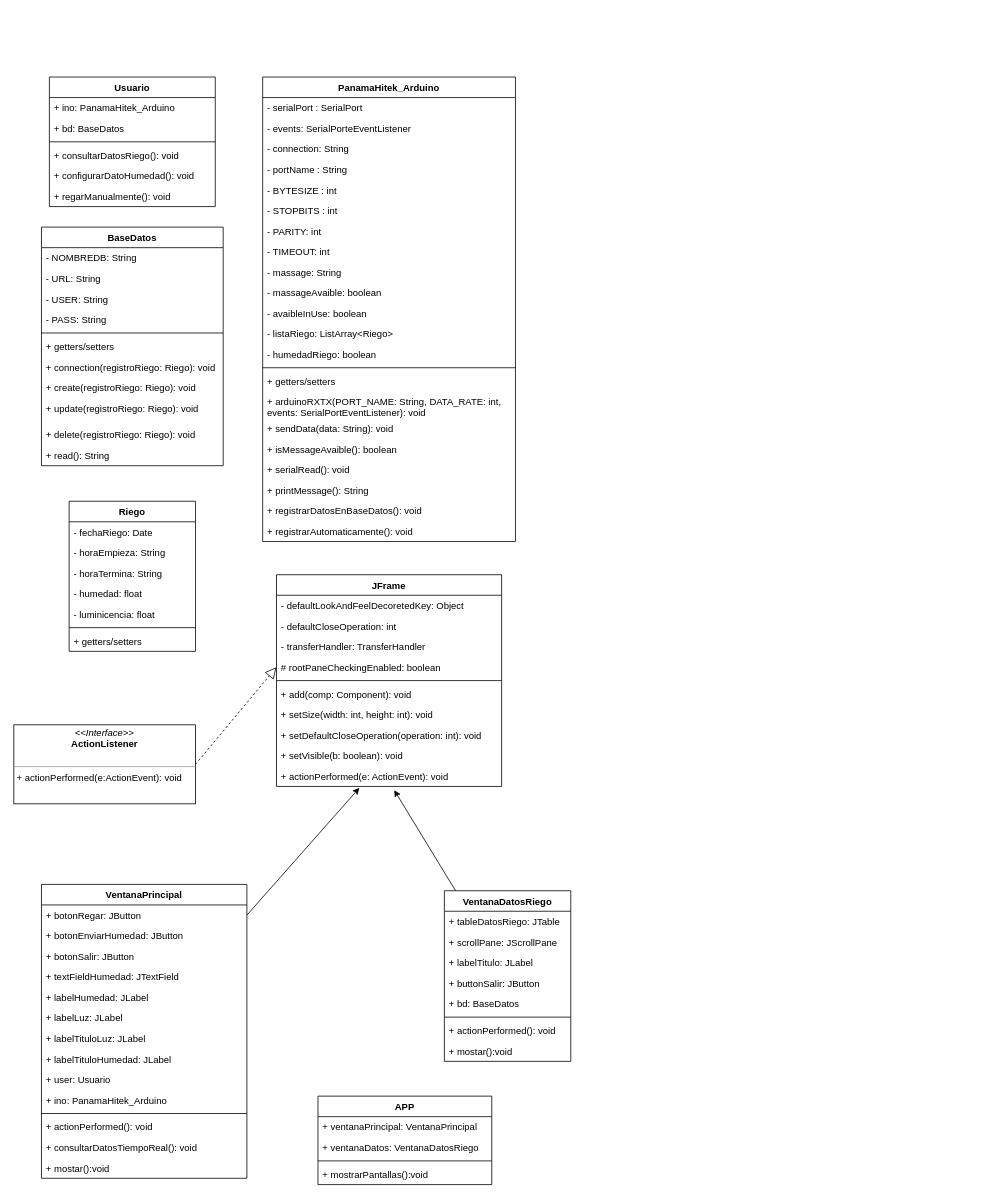
This is DiagramaClasesSIA.drawio from Vladimirjon/SIA, a draw.io file, before an edit. Source tidied: cells renumbered, new cells numbered last; positions are measured from the earlier drawing's top-left corner, leaving out a move shared by most shapes. Both pictures are drawn from the tidied source at 79%, with x=0, y=0 at pixel (13, 77).
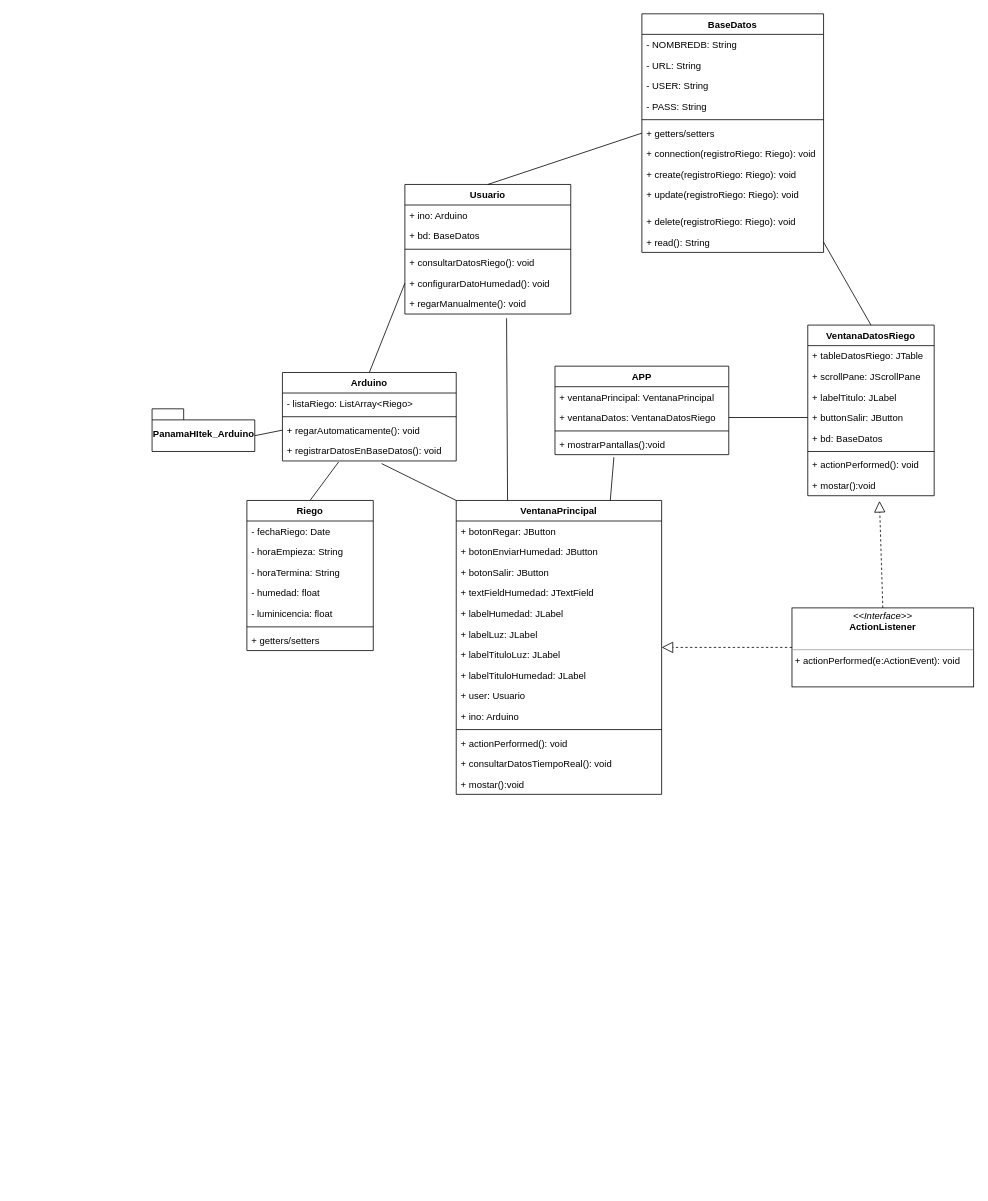
The same diagram, later.

Commit message (it also covers changes not shown here):
Cambio en Diagrama y Use Case

Unchanged cells that the change refers to:
```xml
<mxCell id="7" value="+ configurarDatoHumedad(): void" style="text;strokeColor=none;fillColor=none;align=left;verticalAlign=top;spacingLeft=4;spacingRight=4;overflow=hidden;points=[[0,0.5],[1,0.5]];portConstraint=eastwest;" parent="2" vertex="1">
  <mxGeometry y="112" width="210" height="26" as="geometry" />
</mxCell>
<mxCell id="8" value="+ regarManualmente(): void" style="text;strokeColor=none;fillColor=none;align=left;verticalAlign=top;spacingLeft=4;spacingRight=4;overflow=hidden;points=[[0,0.5],[1,0.5]];portConstraint=eastwest;" parent="2" vertex="1">
  <mxGeometry y="138" width="210" height="26" as="geometry" />
</mxCell>
<mxCell id="38" value="+ getters/setters" style="text;strokeColor=none;fillColor=none;align=left;verticalAlign=top;spacingLeft=4;spacingRight=4;overflow=hidden;points=[[0,0.5],[1,0.5]];portConstraint=eastwest;" parent="32" vertex="1">
  <mxGeometry y="138" width="230" height="26" as="geometry" />
</mxCell>
<mxCell id="43" value="+ read(): String" style="text;strokeColor=none;fillColor=none;align=left;verticalAlign=top;spacingLeft=4;spacingRight=4;overflow=hidden;points=[[0,0.5],[1,0.5]];portConstraint=eastwest;" parent="32" vertex="1">
  <mxGeometry y="276" width="230" height="26" as="geometry" />
</mxCell>
<mxCell id="84" value="+ buttonSalir: JButton" style="text;strokeColor=none;fillColor=none;align=left;verticalAlign=top;spacingLeft=4;spacingRight=4;overflow=hidden;points=[[0,0.5],[1,0.5]];portConstraint=eastwest;" parent="80" vertex="1">
  <mxGeometry y="104" width="160" height="26" as="geometry" />
</mxCell>
<mxCell id="88" value="+ mostar():void" style="text;strokeColor=none;fillColor=none;align=left;verticalAlign=top;spacingLeft=4;spacingRight=4;overflow=hidden;points=[[0,0.5],[1,0.5]];portConstraint=eastwest;" parent="80" vertex="1">
  <mxGeometry y="190" width="160" height="26" as="geometry" />
</mxCell>
<mxCell id="93" value="+ ventanaDatos: VentanaDatosRiego" style="text;strokeColor=none;fillColor=none;align=left;verticalAlign=top;spacingLeft=4;spacingRight=4;overflow=hidden;points=[[0,0.5],[1,0.5]];portConstraint=eastwest;" parent="91" vertex="1">
  <mxGeometry y="52" width="220" height="26" as="geometry" />
</mxCell>
<mxCell id="95" value="+ mostrarPantallas():void" style="text;strokeColor=none;fillColor=none;align=left;verticalAlign=top;spacingLeft=4;spacingRight=4;overflow=hidden;points=[[0,0.5],[1,0.5]];portConstraint=eastwest;" parent="91" vertex="1">
  <mxGeometry y="86" width="220" height="26" as="geometry" />
</mxCell>
```

What changed in the source:
```diff
@@
     <mxCell id="2" value="Usuario" style="swimlane;fontStyle=1;align=center;verticalAlign=top;horizontal=1;startSize=26;" parent="1" vertex="1">
-      <mxGeometry x="45" width="210" height="164" as="geometry" />
+      <mxGeometry x="495" y="136" width="210" height="164" as="geometry" />
     </mxCell>
-    <mxCell id="3" value="+ ino: PanamaHitek_Arduino" style="text;strokeColor=none;fillColor=none;align=left;verticalAlign=top;spacingLeft=4;spacingRight=4;overflow=hidden;" parent="2" vertex="1">
+    <mxCell id="3" value="+ ino: Arduino" style="text;strokeColor=none;fillColor=none;align=left;verticalAlign=top;spacingLeft=4;spacingRight=4;overflow=hidden;" parent="2" vertex="1">
       <mxGeometry y="26" width="210" height="26" as="geometry" />
     </mxCell>
@@
-    <mxCell id="9" value="PanamaHitek_Arduino" style="swimlane;fontStyle=1;align=center;verticalAlign=top;horizontal=1;startSize=26;" parent="1" vertex="1">
-      <mxGeometry x="315" width="320" height="588" as="geometry" />
-    </mxCell>
-    <mxCell id="10" value="- serialPort : SerialPort" style="text;strokeColor=none;fillColor=none;align=left;verticalAlign=top;spacingLeft=4;spacingRight=4;overflow=hidden;" parent="9" vertex="1">
-      <mxGeometry y="26" width="320" height="26" as="geometry" />
-    </mxCell>
-    <mxCell id="11" value="- events: SerialPorteEventListener" style="text;strokeColor=none;fillColor=none;align=left;verticalAlign=top;spacingLeft=4;spacingRight=4;overflow=hidden;" parent="9" vertex="1">
-      <mxGeometry y="52" width="320" height="26" as="geometry" />
-    </mxCell>
-    <mxCell id="12" value="- connection: String" style="text;strokeColor=none;fillColor=none;align=left;verticalAlign=top;spacingLeft=4;spacingRight=4;overflow=hidden;" parent="9" vertex="1">
-      <mxGeometry y="78" width="320" height="26" as="geometry" />
-    </mxCell>
-    <mxCell id="13" value="- portName : String" style="text;strokeColor=none;fillColor=none;align=left;verticalAlign=top;spacingLeft=4;spacingRight=4;overflow=hidden;" parent="9" vertex="1">
-      <mxGeometry y="104" width="320" height="26" as="geometry" />
-    </mxCell>
-    <mxCell id="14" value="- BYTESIZE : int" style="text;strokeColor=none;fillColor=none;align=left;verticalAlign=top;spacingLeft=4;spacingRight=4;overflow=hidden;" parent="9" vertex="1">
-      <mxGeometry y="130" width="320" height="26" as="geometry" />
-    </mxCell>
-    <mxCell id="15" value="- STOPBITS : int" style="text;strokeColor=none;fillColor=none;align=left;verticalAlign=top;spacingLeft=4;spacingRight=4;overflow=hidden;" parent="9" vertex="1">
-      <mxGeometry y="156" width="320" height="26" as="geometry" />
-    </mxCell>
-    <mxCell id="16" value="- PARITY: int" style="text;strokeColor=none;fillColor=none;align=left;verticalAlign=top;spacingLeft=4;spacingRight=4;overflow=hidden;" parent="9" vertex="1">
-      <mxGeometry y="182" width="320" height="26" as="geometry" />
-    </mxCell>
-    <mxCell id="17" value="- TIMEOUT: int" style="text;strokeColor=none;fillColor=none;align=left;verticalAlign=top;spacingLeft=4;spacingRight=4;overflow=hidden;" parent="9" vertex="1">
-      <mxGeometry y="208" width="320" height="26" as="geometry" />
-    </mxCell>
-    <mxCell id="18" value="- massage: String" style="text;strokeColor=none;fillColor=none;align=left;verticalAlign=top;spacingLeft=4;spacingRight=4;overflow=hidden;" parent="9" vertex="1">
-      <mxGeometry y="234" width="320" height="26" as="geometry" />
-    </mxCell>
-    <mxCell id="19" value="- massageAvaible: boolean" style="text;strokeColor=none;fillColor=none;align=left;verticalAlign=top;spacingLeft=4;spacingRight=4;overflow=hidden;" parent="9" vertex="1">
-      <mxGeometry y="260" width="320" height="26" as="geometry" />
-    </mxCell>
-    <mxCell id="20" value="- avaibleInUse: boolean" style="text;strokeColor=none;fillColor=none;align=left;verticalAlign=top;spacingLeft=4;spacingRight=4;overflow=hidden;" parent="9" vertex="1">
-      <mxGeometry y="286" width="320" height="26" as="geometry" />
-    </mxCell>
-    <mxCell id="21" value="- listaRiego: ListArray&lt;Riego&gt;" style="text;strokeColor=none;fillColor=none;align=left;verticalAlign=top;spacingLeft=4;spacingRight=4;overflow=hidden;" parent="9" vertex="1">
-      <mxGeometry y="312" width="320" height="26" as="geometry" />
-    </mxCell>
-    <mxCell id="22" value="- humedadRiego: boolean" style="text;strokeColor=none;fillColor=none;align=left;verticalAlign=top;spacingLeft=4;spacingRight=4;overflow=hidden;" parent="9" vertex="1">
-      <mxGeometry y="338" width="320" height="26" as="geometry" />
-    </mxCell>
-    <mxCell id="23" style="line;strokeWidth=1;fillColor=none;align=left;verticalAlign=middle;spacingTop=-1;spacingLeft=3;spacingRight=3;labelPosition=right;strokeColor=inherit;" parent="9" vertex="1">
-      <mxGeometry y="364" width="320" height="8" as="geometry" />
-    </mxCell>
-    <mxCell id="24" value="+ getters/setters" style="text;strokeColor=none;fillColor=none;align=left;verticalAlign=top;spacingLeft=4;spacingRight=4;overflow=hidden;" parent="9" vertex="1">
-      <mxGeometry y="372" width="320" height="26" as="geometry" />
-    </mxCell>
-    <mxCell id="25" value="+ arduinoRXTX(PORT_NAME: String, DATA_RATE: int, &#10;events: SerialPortEventListener): void" style="text;strokeColor=none;fillColor=none;align=left;verticalAlign=top;spacingLeft=4;spacingRight=4;overflow=hidden;" parent="9" vertex="1">
-      <mxGeometry y="398" width="320" height="34" as="geometry" />
-    </mxCell>
-    <mxCell id="26" value="+ sendData(data: String): void" style="text;strokeColor=none;fillColor=none;align=left;verticalAlign=top;spacingLeft=4;spacingRight=4;overflow=hidden;" parent="9" vertex="1">
-      <mxGeometry y="432" width="320" height="26" as="geometry" />
-    </mxCell>
-    <mxCell id="27" value="+ isMessageAvaible(): boolean" style="text;strokeColor=none;fillColor=none;align=left;verticalAlign=top;spacingLeft=4;spacingRight=4;overflow=hidden;" parent="9" vertex="1">
-      <mxGeometry y="458" width="320" height="26" as="geometry" />
-    </mxCell>
-    <mxCell id="28" value="+ serialRead(): void" style="text;strokeColor=none;fillColor=none;align=left;verticalAlign=top;spacingLeft=4;spacingRight=4;overflow=hidden;" parent="9" vertex="1">
-      <mxGeometry y="484" width="320" height="26" as="geometry" />
-    </mxCell>
-    <mxCell id="29" value="+ printMessage(): String" style="text;strokeColor=none;fillColor=none;align=left;verticalAlign=top;spacingLeft=4;spacingRight=4;overflow=hidden;" parent="9" vertex="1">
-      <mxGeometry y="510" width="320" height="26" as="geometry" />
-    </mxCell>
-    <mxCell id="30" value="+ registrarDatosEnBaseDatos(): void" style="text;strokeColor=none;fillColor=none;align=left;verticalAlign=top;spacingLeft=4;spacingRight=4;overflow=hidden;points=[[0,0.5],[1,0.5]];portConstraint=eastwest;" parent="9" vertex="1">
-      <mxGeometry y="536" width="320" height="26" as="geometry" />
-    </mxCell>
-    <mxCell id="31" value="+ registrarAutomaticamente(): void" style="text;strokeColor=none;fillColor=none;align=left;verticalAlign=top;spacingLeft=4;spacingRight=4;overflow=hidden;points=[[0,0.5],[1,0.5]];portConstraint=eastwest;" parent="9" vertex="1">
-      <mxGeometry y="562" width="320" height="26" as="geometry" />
-    </mxCell>
     <mxCell id="32" value="BaseDatos" style="swimlane;fontStyle=1;align=center;verticalAlign=top;horizontal=1;startSize=26;" parent="1" vertex="1">
-      <mxGeometry x="35" y="190" width="230" height="302" as="geometry" />
+      <mxGeometry x="795" y="-80" width="230" height="302" as="geometry" />
     </mxCell>
@@
     <mxCell id="44" value="Riego" style="swimlane;fontStyle=1;align=center;verticalAlign=top;horizontal=1;startSize=26;" parent="1" vertex="1">
-      <mxGeometry x="70" y="537" width="160" height="190" as="geometry" />
+      <mxGeometry x="295" y="536" width="160" height="190" as="geometry" />
     </mxCell>
@@
-    <mxCell id="52" style="edgeStyle=none;html=1;entryX=0.368;entryY=1.07;entryDx=0;entryDy=0;entryPerimeter=0;" parent="1" edge="1" source="53" target="78">
-      <mxGeometry relative="1" as="geometry" />
-    </mxCell>
     <mxCell id="53" value="VentanaPrincipal" style="swimlane;fontStyle=1;align=center;verticalAlign=top;horizontal=1;startSize=26;" parent="1" vertex="1">
-      <mxGeometry x="35" y="1022" width="260" height="372" as="geometry" />
+      <mxGeometry x="560" y="536" width="260" height="372" as="geometry" />
     </mxCell>
@@
-    <mxCell id="63" value="+ ino: PanamaHitek_Arduino" style="text;strokeColor=none;fillColor=none;align=left;verticalAlign=top;spacingLeft=4;spacingRight=4;overflow=hidden;" parent="53" vertex="1">
+    <mxCell id="63" value="+ ino: Arduino" style="text;strokeColor=none;fillColor=none;align=left;verticalAlign=top;spacingLeft=4;spacingRight=4;overflow=hidden;" parent="53" vertex="1">
       <mxGeometry y="260" width="260" height="26" as="geometry" />
     </mxCell>
@@
-    <mxCell id="68" value="JFrame" style="swimlane;fontStyle=1;align=center;verticalAlign=top;horizontal=1;startSize=26;" parent="1" vertex="1">
-      <mxGeometry x="332.5" y="630" width="285" height="268" as="geometry" />
-    </mxCell>
-    <mxCell id="69" value="- defaultLookAndFeelDecoretedKey: Object" style="text;strokeColor=none;fillColor=none;align=left;verticalAlign=top;spacingLeft=4;spacingRight=4;overflow=hidden;" parent="68" vertex="1">
-      <mxGeometry y="26" width="285" height="26" as="geometry" />
-    </mxCell>
-    <mxCell id="70" value="- defaultCloseOperation: int" style="text;strokeColor=none;fillColor=none;align=left;verticalAlign=top;spacingLeft=4;spacingRight=4;overflow=hidden;" parent="68" vertex="1">
-      <mxGeometry y="52" width="285" height="26" as="geometry" />
-    </mxCell>
-    <mxCell id="71" value="- transferHandler: TransferHandler" style="text;strokeColor=none;fillColor=none;align=left;verticalAlign=top;spacingLeft=4;spacingRight=4;overflow=hidden;" parent="68" vertex="1">
-      <mxGeometry y="78" width="285" height="26" as="geometry" />
-    </mxCell>
-    <mxCell id="72" value="# rootPaneCheckingEnabled: boolean" style="text;strokeColor=none;fillColor=none;align=left;verticalAlign=top;spacingLeft=4;spacingRight=4;overflow=hidden;points=[[0,0.5],[1,0.5]];portConstraint=eastwest;" parent="68" vertex="1">
-      <mxGeometry y="104" width="285" height="26" as="geometry" />
-    </mxCell>
-    <mxCell id="73" style="line;strokeWidth=1;fillColor=none;align=left;verticalAlign=middle;spacingTop=-1;spacingLeft=3;spacingRight=3;labelPosition=right;strokeColor=inherit;" parent="68" vertex="1">
-      <mxGeometry y="130" width="285" height="8" as="geometry" />
-    </mxCell>
-    <mxCell id="74" value="+ add(comp: Component): void" style="text;strokeColor=none;fillColor=none;align=left;verticalAlign=top;spacingLeft=4;spacingRight=4;overflow=hidden;" parent="68" vertex="1">
-      <mxGeometry y="138" width="285" height="26" as="geometry" />
-    </mxCell>
-    <mxCell id="75" value="+ setSize(width: int, height: int): void" style="text;strokeColor=none;fillColor=none;align=left;verticalAlign=top;spacingLeft=4;spacingRight=4;overflow=hidden;" parent="68" vertex="1">
-      <mxGeometry y="164" width="285" height="26" as="geometry" />
-    </mxCell>
-    <mxCell id="76" value="+ setDefaultCloseOperation(operation: int): void" style="text;strokeColor=none;fillColor=none;align=left;verticalAlign=top;spacingLeft=4;spacingRight=4;overflow=hidden;" parent="68" vertex="1">
-      <mxGeometry y="190" width="285" height="26" as="geometry" />
-    </mxCell>
-    <mxCell id="77" value="+ setVisible(b: boolean): void" style="text;strokeColor=none;fillColor=none;align=left;verticalAlign=top;spacingLeft=4;spacingRight=4;overflow=hidden;" parent="68" vertex="1">
-      <mxGeometry y="216" width="285" height="26" as="geometry" />
-    </mxCell>
-    <mxCell id="78" value="+ actionPerformed(e: ActionEvent): void" style="text;strokeColor=none;fillColor=none;align=left;verticalAlign=top;spacingLeft=4;spacingRight=4;overflow=hidden;points=[[0,0.5],[1,0.5]];portConstraint=eastwest;" parent="68" vertex="1">
-      <mxGeometry y="242" width="285" height="26" as="geometry" />
-    </mxCell>
-    <mxCell id="79" style="edgeStyle=none;html=1;entryX=0.523;entryY=1.181;entryDx=0;entryDy=0;entryPerimeter=0;" parent="1" edge="1" source="80" target="78">
-      <mxGeometry relative="1" as="geometry" />
-    </mxCell>
     <mxCell id="80" value="VentanaDatosRiego" style="swimlane;fontStyle=1;align=center;verticalAlign=top;horizontal=1;startSize=26;" parent="1" vertex="1">
-      <mxGeometry x="545" y="1030" width="160" height="216" as="geometry" />
+      <mxGeometry x="1005" y="314" width="160" height="216" as="geometry" />
     </mxCell>
@@
     <mxCell id="89" value="&lt;p style=&quot;margin:0px;margin-top:4px;text-align:center;&quot;&gt;&lt;i&gt;&amp;lt;&amp;lt;Interface&amp;gt;&amp;gt;&lt;/i&gt;&lt;br&gt;&lt;b&gt;ActionListener&lt;/b&gt;&lt;/p&gt;&lt;p style=&quot;margin:0px;margin-left:4px;&quot;&gt;&lt;br&gt;&lt;/p&gt;&lt;hr size=&quot;1&quot;&gt;&lt;p style=&quot;margin:0px;margin-left:4px;&quot;&gt;+ actionPerformed(e:ActionEvent): void&lt;br&gt;&lt;br&gt;&lt;/p&gt;" style="verticalAlign=top;align=left;overflow=fill;fontSize=12;fontFamily=Helvetica;html=1;" parent="1" vertex="1">
-      <mxGeometry y="820" width="230" height="100" as="geometry" />
+      <mxGeometry x="985" y="672" width="230" height="100" as="geometry" />
     </mxCell>
-    <mxCell id="90" style="endArrow=block;dashed=1;endFill=0;endSize=12;html=1;entryX=0;entryY=0.5;entryDx=0;entryDy=0;exitX=1;exitY=0.5;exitDx=0;exitDy=0;" parent="1" edge="1" source="89" target="72">
+    <mxCell id="90" style="endArrow=block;dashed=1;endFill=0;endSize=12;html=1;entryX=0.567;entryY=1.256;entryDx=0;entryDy=0;exitX=0.5;exitY=0;exitDx=0;exitDy=0;entryPerimeter=0;" parent="1" edge="1" source="89" target="88">
       <mxGeometry relative="1" as="geometry" />
     </mxCell>
+    <mxCell id="96" style="endArrow=block;dashed=1;endFill=0;endSize=12;html=1;entryX=1;entryY=0.5;entryDx=0;entryDy=0;exitX=0;exitY=0.5;exitDx=0;exitDy=0;" parent="1" edge="1" source="89" target="53">
+      <mxGeometry relative="1" as="geometry" />
+    </mxCell>
     <mxCell id="91" value="APP" style="swimlane;fontStyle=1;align=center;verticalAlign=top;horizontal=1;startSize=26;" parent="1" vertex="1">
-      <mxGeometry x="385" y="1290" width="220" height="112" as="geometry" />
+      <mxGeometry x="685" y="366" width="220" height="112" as="geometry" />
     </mxCell>
@@
+    <mxCell id="97" value="Arduino" style="swimlane;fontStyle=1;align=center;verticalAlign=top;horizontal=1;startSize=26;" parent="1" vertex="1">
+      <mxGeometry x="340" y="374" width="220" height="112" as="geometry" />
+    </mxCell>
+    <mxCell id="21" value="- listaRiego: ListArray&lt;Riego&gt;" style="text;strokeColor=none;fillColor=none;align=left;verticalAlign=top;spacingLeft=4;spacingRight=4;overflow=hidden;" parent="97" vertex="1">
+      <mxGeometry y="26" width="220" height="26" as="geometry" />
+    </mxCell>
+    <mxCell id="98" style="line;strokeWidth=1;fillColor=none;align=left;verticalAlign=middle;spacingTop=-1;spacingLeft=3;spacingRight=3;labelPosition=right;strokeColor=inherit;" parent="97" vertex="1">
+      <mxGeometry y="52" width="220" height="8" as="geometry" />
+    </mxCell>
+    <mxCell id="31" value="+ regarAutomaticamente(): void" style="text;strokeColor=none;fillColor=none;align=left;verticalAlign=top;spacingLeft=4;spacingRight=4;overflow=hidden;points=[[0,0.5],[1,0.5]];portConstraint=eastwest;" parent="97" vertex="1">
+      <mxGeometry y="60" width="220" height="26" as="geometry" />
+    </mxCell>
+    <mxCell id="30" value="+ registrarDatosEnBaseDatos(): void" style="text;strokeColor=none;fillColor=none;align=left;verticalAlign=top;spacingLeft=4;spacingRight=4;overflow=hidden;points=[[0,0.5],[1,0.5]];portConstraint=eastwest;" parent="97" vertex="1">
+      <mxGeometry y="86" width="220" height="26" as="geometry" />
+    </mxCell>
+    <mxCell id="99" value="PanamaHItek_Arduino" style="shape=folder;fontStyle=1;spacingTop=10;tabWidth=40;tabHeight=14;tabPosition=left;html=1;" parent="1" vertex="1">
+      <mxGeometry x="175" y="420" width="130" height="54" as="geometry" />
+    </mxCell>
+    <mxCell id="100" style="endArrow=none;html=1;entryX=0;entryY=0;entryDx=130;entryDy=34;entryPerimeter=0;exitX=0;exitY=0.5;exitDx=0;exitDy=0;" parent="1" edge="1" source="31" target="99">
+      <mxGeometry relative="1" as="geometry" />
+    </mxCell>
+    <mxCell id="101" style="endArrow=none;html=1;entryX=0;entryY=0.5;entryDx=0;entryDy=0;exitX=0.5;exitY=0;exitDx=0;exitDy=0;" parent="1" edge="1" source="97" target="7">
+      <mxGeometry relative="1" as="geometry" />
+    </mxCell>
+    <mxCell id="102" style="endArrow=none;html=1;entryX=0;entryY=0.5;entryDx=0;entryDy=0;exitX=0.5;exitY=0;exitDx=0;exitDy=0;" parent="1" edge="1" source="2" target="38">
+      <mxGeometry relative="1" as="geometry" />
+    </mxCell>
+    <mxCell id="103" style="endArrow=none;html=1;entryX=0.613;entryY=1.205;entryDx=0;entryDy=0;entryPerimeter=0;exitX=0.25;exitY=0;exitDx=0;exitDy=0;" parent="1" edge="1" source="53" target="8">
+      <mxGeometry relative="1" as="geometry" />
+    </mxCell>
+    <mxCell id="104" style="endArrow=none;html=1;entryX=0.571;entryY=1.128;entryDx=0;entryDy=0;entryPerimeter=0;exitX=0;exitY=0;exitDx=0;exitDy=0;" parent="1" edge="1" source="53" target="30">
+      <mxGeometry relative="1" as="geometry" />
+    </mxCell>
+    <mxCell id="105" style="endArrow=none;html=1;entryX=0.323;entryY=1.051;entryDx=0;entryDy=0;entryPerimeter=0;exitX=0.5;exitY=0;exitDx=0;exitDy=0;" parent="1" edge="1" source="44" target="30">
+      <mxGeometry relative="1" as="geometry" />
+    </mxCell>
+    <mxCell id="106" style="endArrow=none;html=1;exitX=0.5;exitY=0;exitDx=0;exitDy=0;entryX=1;entryY=0.5;entryDx=0;entryDy=0;" parent="1" edge="1" source="80" target="43">
+      <mxGeometry relative="1" as="geometry" />
+    </mxCell>
+    <mxCell id="107" style="endArrow=none;html=1;entryX=0;entryY=0.5;entryDx=0;entryDy=0;exitX=1;exitY=0.5;exitDx=0;exitDy=0;" parent="1" edge="1" source="93" target="84">
+      <mxGeometry relative="1" as="geometry" />
+    </mxCell>
+    <mxCell id="108" style="endArrow=none;html=1;entryX=0.339;entryY=1.125;entryDx=0;entryDy=0;entryPerimeter=0;exitX=0.75;exitY=0;exitDx=0;exitDy=0;" parent="1" edge="1" source="53" target="95">
+      <mxGeometry relative="1" as="geometry" />
+    </mxCell>
```
